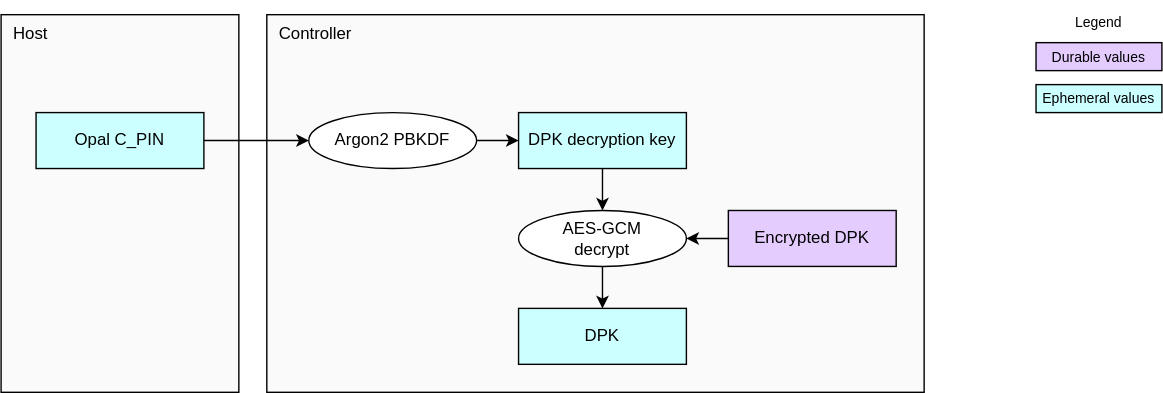
Above: doc/ocp_lock/diagrams/dpk_decryption.drawio.svg in chipsalliance/Caliptra (draw.io), before the change. Source tidied: cells renumbered, new cells last; positions are measured from the earlier drawing's top-left corner, leaving out a move shared by most shapes. The source it was exported from:
```xml
<mxGraphModel background="#ffffff">
  <root>
    <mxCell id="0" />
    <mxCell id="1" parent="0" />
    <mxCell id="2" value="Controller" style="rounded=0;whiteSpace=wrap;html=1;fillColor=#FAFAFA;strokeColor=#000000;align=left;verticalAlign=top;spacingLeft=7;" parent="1" vertex="1">
      <mxGeometry x="190" y="10" width="470" height="270" as="geometry" />
    </mxCell>
    <mxCell id="3" value="Host" style="rounded=0;whiteSpace=wrap;html=1;fillColor=#FAFAFA;strokeColor=#000000;align=left;verticalAlign=top;spacingLeft=7;" parent="1" vertex="1">
      <mxGeometry y="10" width="170" height="270" as="geometry" />
    </mxCell>
    <mxCell id="4" value="&lt;div&gt;&lt;font color=&quot;#000000&quot;&gt;Encrypted DPK&lt;/font&gt;&lt;/div&gt;" style="rounded=0;whiteSpace=wrap;html=1;align=center;verticalAlign=middle;shadow=0;glass=0;spacingLeft=0;spacingBottom=0;spacingTop=0;fillColor=#E5CCFF;" parent="1" vertex="1">
      <mxGeometry x="520" y="150" width="120" height="40" as="geometry" />
    </mxCell>
    <mxCell id="5" value="&lt;div&gt;&lt;font color=&quot;#000000&quot;&gt;DPK decryption key&lt;/font&gt;&lt;/div&gt;" style="rounded=0;whiteSpace=wrap;html=1;align=center;verticalAlign=middle;shadow=0;glass=0;spacingLeft=0;spacingBottom=0;spacingTop=0;fillColor=#CCFFFF;" parent="1" vertex="1">
      <mxGeometry x="370" y="80" width="120" height="40" as="geometry" />
    </mxCell>
    <mxCell id="6" value="&lt;div&gt;&lt;span style=&quot;background-color: transparent;&quot;&gt;Opal C_PIN&lt;/span&gt;&lt;/div&gt;" style="rounded=0;whiteSpace=wrap;html=1;align=center;verticalAlign=middle;shadow=0;glass=0;spacingLeft=0;spacingBottom=0;spacingTop=0;fillColor=#CCFFFF;" parent="1" vertex="1">
      <mxGeometry x="25" y="80" width="120" height="40" as="geometry" />
    </mxCell>
    <mxCell id="7" value="AES-GCM&lt;div&gt;decrypt&lt;/div&gt;" style="ellipse;whiteSpace=wrap;html=1;fillColor=#FFFFFF;" parent="1" vertex="1">
      <mxGeometry x="370" y="150" width="120" height="40" as="geometry" />
    </mxCell>
    <mxCell id="8" style="endArrow=classic;html=1;exitX=0.5;exitY=1;exitDx=0;exitDy=0;entryX=0.5;entryY=0;entryDx=0;entryDy=0;" parent="1" edge="1" source="5" target="7">
      <mxGeometry relative="1" as="geometry" />
    </mxCell>
    <mxCell id="9" value="Argon2 PBKDF" style="ellipse;whiteSpace=wrap;html=1;fillColor=#FFFFFF;" parent="1" vertex="1">
      <mxGeometry x="220" y="80" width="120" height="40" as="geometry" />
    </mxCell>
    <mxCell id="10" style="endArrow=classic;html=1;exitX=1;exitY=0.5;exitDx=0;exitDy=0;entryX=0;entryY=0.5;entryDx=0;entryDy=0;" parent="1" edge="1" source="6" target="9">
      <mxGeometry relative="1" as="geometry" />
    </mxCell>
    <mxCell id="11" style="endArrow=classic;html=1;exitX=1;exitY=0.5;exitDx=0;exitDy=0;entryX=0;entryY=0.5;entryDx=0;entryDy=0;" parent="1" edge="1" source="9" target="5">
      <mxGeometry relative="1" as="geometry" />
    </mxCell>
    <mxCell id="12" style="endArrow=classic;html=1;exitX=0.5;exitY=1;exitDx=0;exitDy=0;entryX=0.5;entryY=0;entryDx=0;entryDy=0;" parent="1" edge="1" source="7" target="16">
      <mxGeometry relative="1" as="geometry" />
    </mxCell>
    <mxCell id="13" value="&lt;div&gt;&lt;font color=&quot;#000000&quot;&gt;Durable values&lt;/font&gt;&lt;/div&gt;" style="rounded=0;whiteSpace=wrap;html=1;align=center;verticalAlign=middle;shadow=0;glass=0;spacingLeft=0;spacingBottom=0;spacingTop=0;fillColor=#E5CCFF;fontSize=10;" parent="1" vertex="1">
      <mxGeometry x="740" y="30" width="90" height="20" as="geometry" />
    </mxCell>
    <mxCell id="14" value="Legend" style="text;strokeColor=none;align=center;fillColor=none;html=1;verticalAlign=middle;whiteSpace=wrap;rounded=0;fontSize=10;" parent="1" vertex="1">
      <mxGeometry x="755" width="60" height="30" as="geometry" />
    </mxCell>
    <mxCell id="15" value="&lt;div&gt;&lt;font color=&quot;#000000&quot;&gt;Ephemeral values&lt;/font&gt;&lt;/div&gt;" style="rounded=0;whiteSpace=wrap;html=1;align=center;verticalAlign=middle;shadow=0;glass=0;spacingLeft=0;spacingBottom=0;spacingTop=0;fillColor=#CCFFFF;fontSize=10;" parent="1" vertex="1">
      <mxGeometry x="740" y="60" width="90" height="20" as="geometry" />
    </mxCell>
    <mxCell id="16" value="DPK" style="rounded=0;whiteSpace=wrap;html=1;align=center;verticalAlign=middle;shadow=0;glass=0;spacingLeft=0;spacingBottom=0;spacingTop=0;fillColor=#CCFFFF;" parent="1" vertex="1">
      <mxGeometry x="370" y="220" width="120" height="40" as="geometry" />
    </mxCell>
    <mxCell id="17" style="endArrow=classic;html=1;exitX=0;exitY=0.5;exitDx=0;exitDy=0;entryX=1;entryY=0.5;entryDx=0;entryDy=0;" parent="1" edge="1" source="4" target="7">
      <mxGeometry relative="1" as="geometry" />
    </mxCell>
  </root>
</mxGraphModel>
```
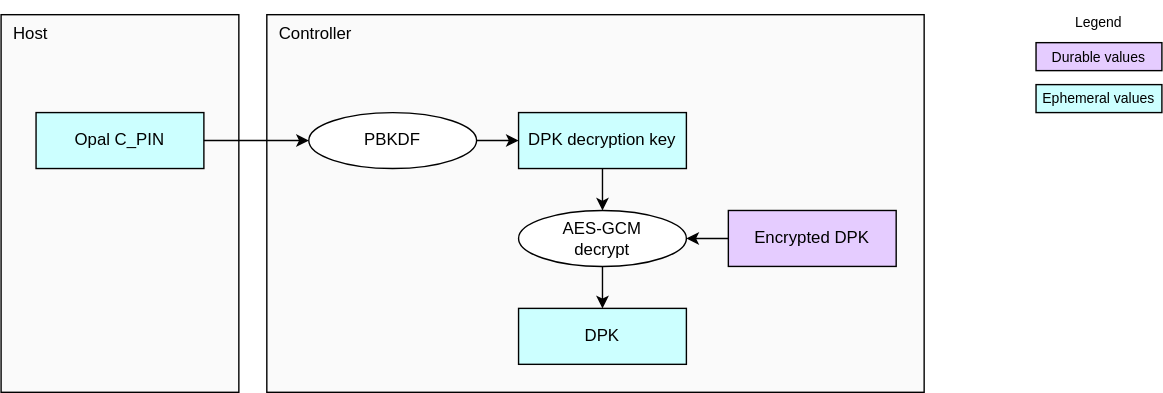
After the change.

Diff of the diagram source:
```diff
@@ -23,7 +23,7 @@
     <mxCell id="8" style="endArrow=classic;html=1;exitX=0.5;exitY=1;exitDx=0;exitDy=0;entryX=0.5;entryY=0;entryDx=0;entryDy=0;" parent="1" edge="1" source="5" target="7">
       <mxGeometry relative="1" as="geometry" />
     </mxCell>
-    <mxCell id="9" value="Argon2 PBKDF" style="ellipse;whiteSpace=wrap;html=1;fillColor=#FFFFFF;" parent="1" vertex="1">
+    <mxCell id="9" value="PBKDF" style="ellipse;whiteSpace=wrap;html=1;fillColor=#FFFFFF;" parent="1" vertex="1">
       <mxGeometry x="220" y="80" width="120" height="40" as="geometry" />
     </mxCell>
     <mxCell id="10" style="endArrow=classic;html=1;exitX=1;exitY=0.5;exitDx=0;exitDy=0;entryX=0;entryY=0.5;entryDx=0;entryDy=0;" parent="1" edge="1" source="6" target="9">
```
